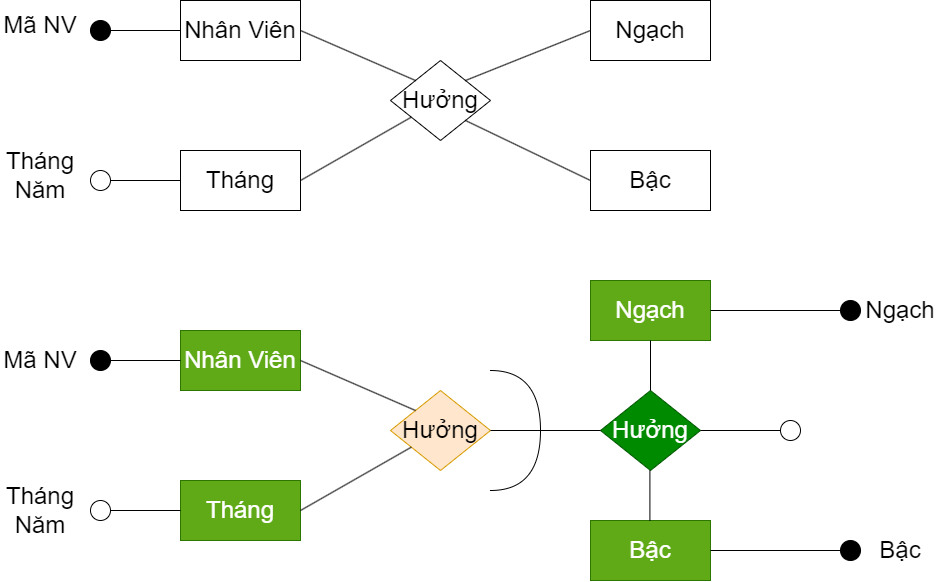
datnham0212/learning keeps this draw.io diagram as QT2(Chuẩn hóa ER).png. Above is the earlier version. Source tidied: cells renumbered, new cells last; positions are measured from the earlier drawing's top-left corner, leaving out a move shared by most shapes.
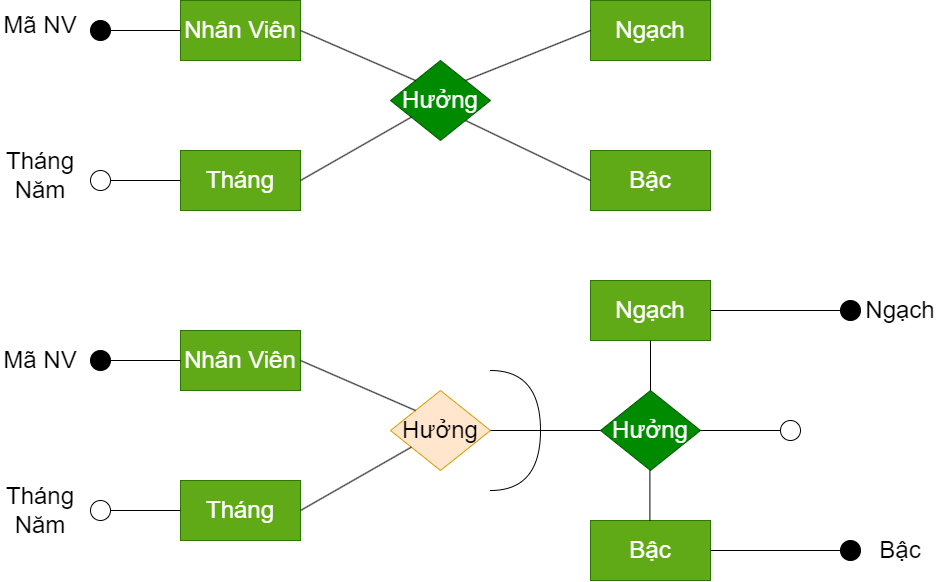
The same file after the commit.

What changed in the source:
```diff
@@ -2,13 +2,13 @@
   <root>
     <mxCell id="0" />
     <mxCell id="1" parent="0" />
-    <mxCell id="2" value="Nhân Viên" style="rounded=0;whiteSpace=wrap;html=1;fontSize=24;" parent="1" vertex="1">
+    <mxCell id="2" value="Nhân Viên" style="rounded=0;whiteSpace=wrap;html=1;fontSize=24;fillColor=#60a917;fontColor=#ffffff;strokeColor=#2D7600;" parent="1" vertex="1">
       <mxGeometry x="180" width="120" height="60" as="geometry" />
     </mxCell>
-    <mxCell id="3" value="Hưởng" style="rhombus;whiteSpace=wrap;html=1;fontSize=24;" parent="1" vertex="1">
+    <mxCell id="3" value="Hưởng" style="rhombus;whiteSpace=wrap;html=1;fontSize=24;fillColor=#008a00;fontColor=#ffffff;strokeColor=#005700;" parent="1" vertex="1">
       <mxGeometry x="390" y="60" width="100" height="80" as="geometry" />
     </mxCell>
-    <mxCell id="4" value="Ngạch" style="rounded=0;whiteSpace=wrap;html=1;fontSize=24;" parent="1" vertex="1">
+    <mxCell id="4" value="Ngạch" style="rounded=0;whiteSpace=wrap;html=1;fontSize=24;fillColor=#60a917;fontColor=#ffffff;strokeColor=#2D7600;" parent="1" vertex="1">
       <mxGeometry x="590" width="120" height="60" as="geometry" />
     </mxCell>
     <mxCell id="5" style="endArrow=none;html=1;rounded=0;entryX=0;entryY=0;entryDx=0;entryDy=0;fontSize=24;" parent="1" edge="1" target="3">
@@ -28,13 +28,13 @@
     <mxCell id="9" value="&lt;font style=&quot;font-size: 24px;&quot;&gt;Mã NV&lt;/font&gt;" style="text;html=1;strokeColor=none;fillColor=none;align=center;verticalAlign=middle;whiteSpace=wrap;rounded=0;fontSize=24;" parent="1" vertex="1">
       <mxGeometry y="10" width="80" height="30" as="geometry" />
     </mxCell>
-    <mxCell id="10" value="Bậc" style="rounded=0;whiteSpace=wrap;html=1;fontSize=24;" parent="1" vertex="1">
+    <mxCell id="10" value="Bậc" style="rounded=0;whiteSpace=wrap;html=1;fontSize=24;fillColor=#60a917;fontColor=#ffffff;strokeColor=#2D7600;" parent="1" vertex="1">
       <mxGeometry x="590" y="150" width="120" height="60" as="geometry" />
     </mxCell>
     <mxCell id="11" style="endArrow=none;html=1;rounded=0;entryX=0;entryY=0.5;entryDx=0;entryDy=0;fontSize=24;exitX=1;exitY=1;exitDx=0;exitDy=0;" parent="1" edge="1" source="3" target="10">
       <mxGeometry relative="1" as="geometry" />
     </mxCell>
-    <mxCell id="12" value="Tháng" style="rounded=0;whiteSpace=wrap;html=1;fontSize=24;" parent="1" vertex="1">
+    <mxCell id="12" value="Tháng" style="rounded=0;whiteSpace=wrap;html=1;fontSize=24;fillColor=#60a917;fontColor=#ffffff;strokeColor=#2D7600;" parent="1" vertex="1">
       <mxGeometry x="180" y="150" width="120" height="60" as="geometry" />
     </mxCell>
     <mxCell id="13" style="endArrow=none;html=1;rounded=0;exitX=0;exitY=0.5;exitDx=0;exitDy=0;fontSize=24;" parent="1" edge="1" source="12" target="14">
```
